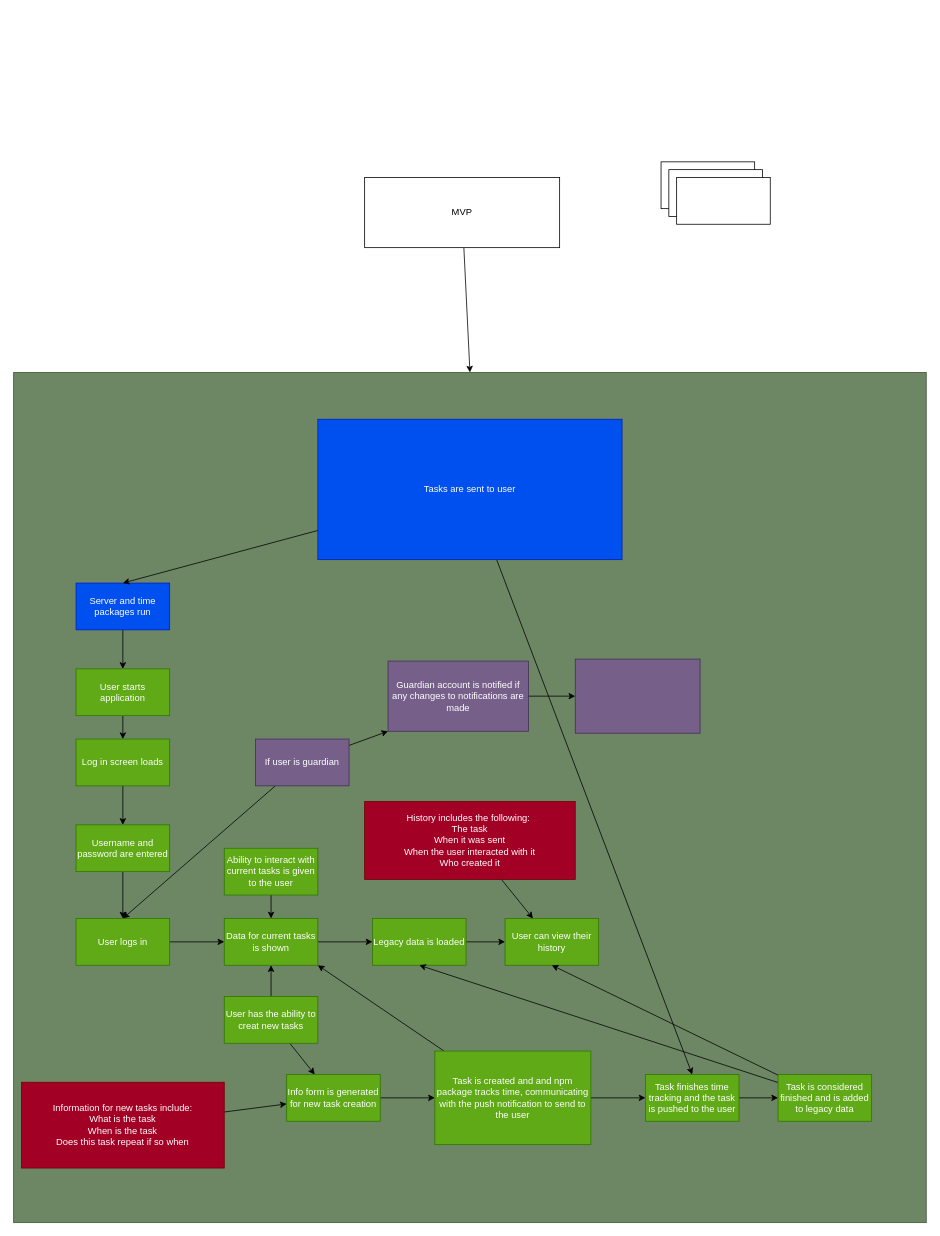
The draw.io diagram planning/Flowcharts/GeneralFlow.drawio in ccaitano/my-life, before the edit. Source tidied: cells renumbered, new cells numbered last; positions are measured from the earlier drawing's top-left corner, leaving out a move shared by most shapes. Both pictures are drawn from the tidied source at 78%, with x=0, y=0 at pixel (13, 161).
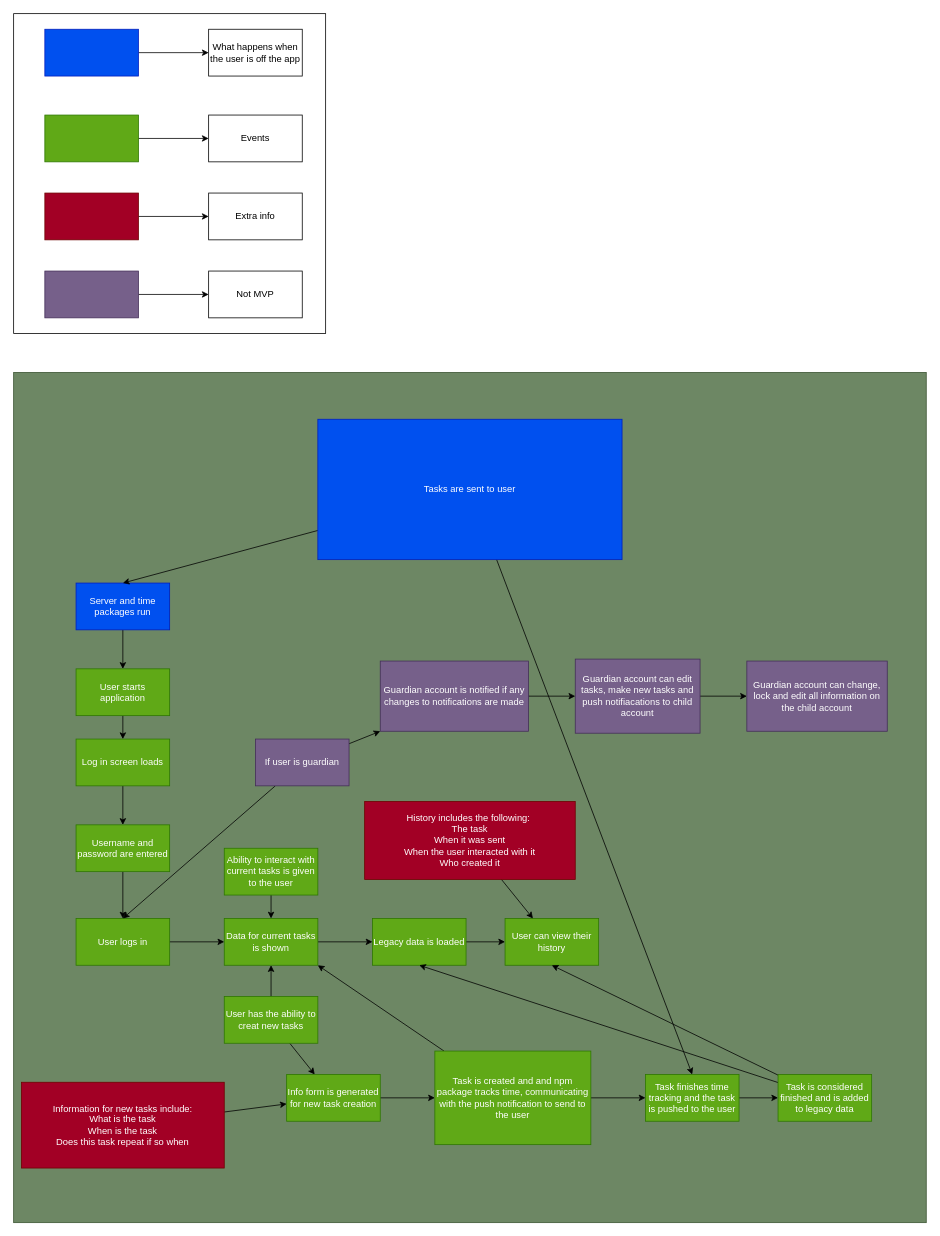
The same diagram, later.

Commit message (it also covers changes not shown here):
commiting mission statement and final first iteration of the flowchart

Unchanged cells that the change refers to:
```xml
<mxCell id="2" style="rounded=0;whiteSpace=wrap;html=1;fillColor=#6d8764;fontColor=#ffffff;strokeColor=#3A5431;" parent="1" vertex="1">
  <mxGeometry y="270" width="1170" height="1090" as="geometry" />
</mxCell>
```

Change to the diagram source:
```diff
@@
+    <mxCell id="43" style="rounded=0;whiteSpace=wrap;html=1;" parent="1" vertex="1">
+      <mxGeometry y="-190" width="400" height="410" as="geometry" />
+    </mxCell>
@@
-    <mxCell id="40" style="edgeStyle=none;html=1;entryX=0.5;entryY=0;entryDx=0;entryDy=0;" parent="1" edge="1" source="41" target="2">
-      <mxGeometry relative="1" as="geometry" />
-    </mxCell>
-    <mxCell id="41" value="MVP" style="rounded=0;whiteSpace=wrap;html=1;" parent="1" vertex="1">
-      <mxGeometry x="450" y="20" width="250" height="90" as="geometry" />
-    </mxCell>
-    <mxCell id="42" style="rounded=0;whiteSpace=wrap;html=1;" parent="1" vertex="1">
-      <mxGeometry x="830" width="120" height="60" as="geometry" />
+    <mxCell id="42" value="Not MVP" style="rounded=0;whiteSpace=wrap;html=1;" parent="1" vertex="1">
+      <mxGeometry x="250" y="140" width="120" height="60" as="geometry" />
     </mxCell>
-    <mxCell id="43" style="rounded=0;whiteSpace=wrap;html=1;" parent="1" vertex="1">
-      <mxGeometry x="840" y="10" width="120" height="60" as="geometry" />
-    </mxCell>
-    <mxCell id="44" style="rounded=0;whiteSpace=wrap;html=1;" parent="1" vertex="1">
-      <mxGeometry x="850" y="20" width="120" height="60" as="geometry" />
+    <mxCell id="44" value="Guardian account can change, lock and edit all information on the child account" style="rounded=0;whiteSpace=wrap;html=1;fillColor=#76608a;fontColor=#ffffff;strokeColor=#432D57;" parent="1" vertex="1">
+      <mxGeometry x="940" y="640" width="180" height="90" as="geometry" />
     </mxCell>
+    <mxCell id="51" style="edgeStyle=none;html=1;" parent="1" edge="1" source="45" target="44">
+      <mxGeometry relative="1" as="geometry" />
+    </mxCell>
-    <mxCell id="45" style="rounded=0;whiteSpace=wrap;html=1;fillColor=#76608a;fontColor=#ffffff;strokeColor=#432D57;" parent="1" vertex="1">
+    <mxCell id="45" value="Guardian account can edit tasks, make new tasks and push notifiacations to child account" style="rounded=0;whiteSpace=wrap;html=1;fillColor=#76608a;fontColor=#ffffff;strokeColor=#432D57;" parent="1" vertex="1">
       <mxGeometry x="720" y="637.5" width="160" height="95" as="geometry" />
     </mxCell>
@@
     <mxCell id="47" value="Guardian account is notified if any changes to notifications are made" style="rounded=0;whiteSpace=wrap;html=1;fillColor=#76608a;fontColor=#ffffff;strokeColor=#432D57;" parent="1" vertex="1">
-      <mxGeometry x="480" y="640" width="180" height="90" as="geometry" />
+      <mxGeometry x="470" y="640" width="190" height="90" as="geometry" />
     </mxCell>
@@
+    <mxCell id="52" value="Events" style="rounded=0;whiteSpace=wrap;html=1;" parent="1" vertex="1">
+      <mxGeometry x="250" y="-60" width="120" height="60" as="geometry" />
+    </mxCell>
+    <mxCell id="53" value="What happens when the user is off the app" style="rounded=0;whiteSpace=wrap;html=1;" parent="1" vertex="1">
+      <mxGeometry x="250" y="-170" width="120" height="60" as="geometry" />
+    </mxCell>
+    <mxCell id="54" style="edgeStyle=none;html=1;" parent="1" edge="1" source="55" target="52">
+      <mxGeometry relative="1" as="geometry" />
+    </mxCell>
+    <mxCell id="55" style="rounded=0;whiteSpace=wrap;html=1;fillColor=#60a917;fontColor=#ffffff;strokeColor=#2D7600;" parent="1" vertex="1">
+      <mxGeometry x="40" y="-60" width="120" height="60" as="geometry" />
+    </mxCell>
+    <mxCell id="56" style="edgeStyle=none;html=1;" parent="1" edge="1" source="57" target="53">
+      <mxGeometry relative="1" as="geometry" />
+    </mxCell>
+    <mxCell id="57" style="rounded=0;whiteSpace=wrap;html=1;fillColor=#0050ef;fontColor=#ffffff;strokeColor=#001DBC;" parent="1" vertex="1">
+      <mxGeometry x="40" y="-170" width="120" height="60" as="geometry" />
+    </mxCell>
+    <mxCell id="58" value="Extra info" style="rounded=0;whiteSpace=wrap;html=1;" parent="1" vertex="1">
+      <mxGeometry x="250" y="40" width="120" height="60" as="geometry" />
+    </mxCell>
+    <mxCell id="59" style="edgeStyle=none;html=1;" parent="1" edge="1" source="60" target="42">
+      <mxGeometry relative="1" as="geometry" />
+    </mxCell>
+    <mxCell id="60" style="rounded=0;whiteSpace=wrap;html=1;fillColor=#76608a;fontColor=#ffffff;strokeColor=#432D57;" parent="1" vertex="1">
+      <mxGeometry x="40" y="140" width="120" height="60" as="geometry" />
+    </mxCell>
+    <mxCell id="61" style="edgeStyle=none;html=1;" parent="1" edge="1" source="62" target="58">
+      <mxGeometry relative="1" as="geometry" />
+    </mxCell>
+    <mxCell id="62" style="rounded=0;whiteSpace=wrap;html=1;fillColor=#a20025;fontColor=#ffffff;strokeColor=#6F0000;" parent="1" vertex="1">
+      <mxGeometry x="40" y="40" width="120" height="60" as="geometry" />
+    </mxCell>
```
